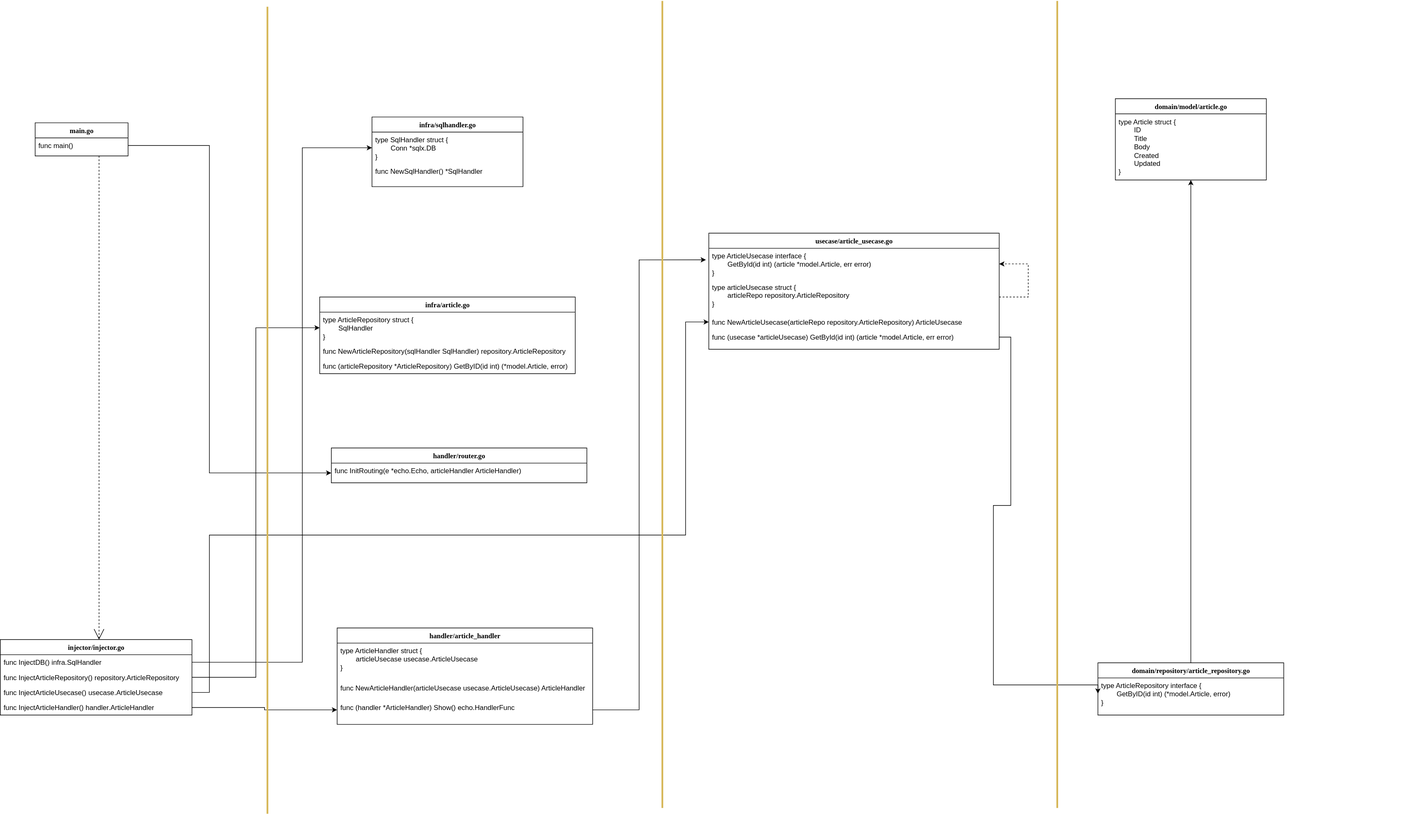
Before: doc/uml.drawio.svg, a diagram exported from draw.io (yuki0920/go-notes). Source tidied: cells renumbered, new cells last; positions are measured from the earlier drawing's top-left corner, leaving out a move shared by most shapes.
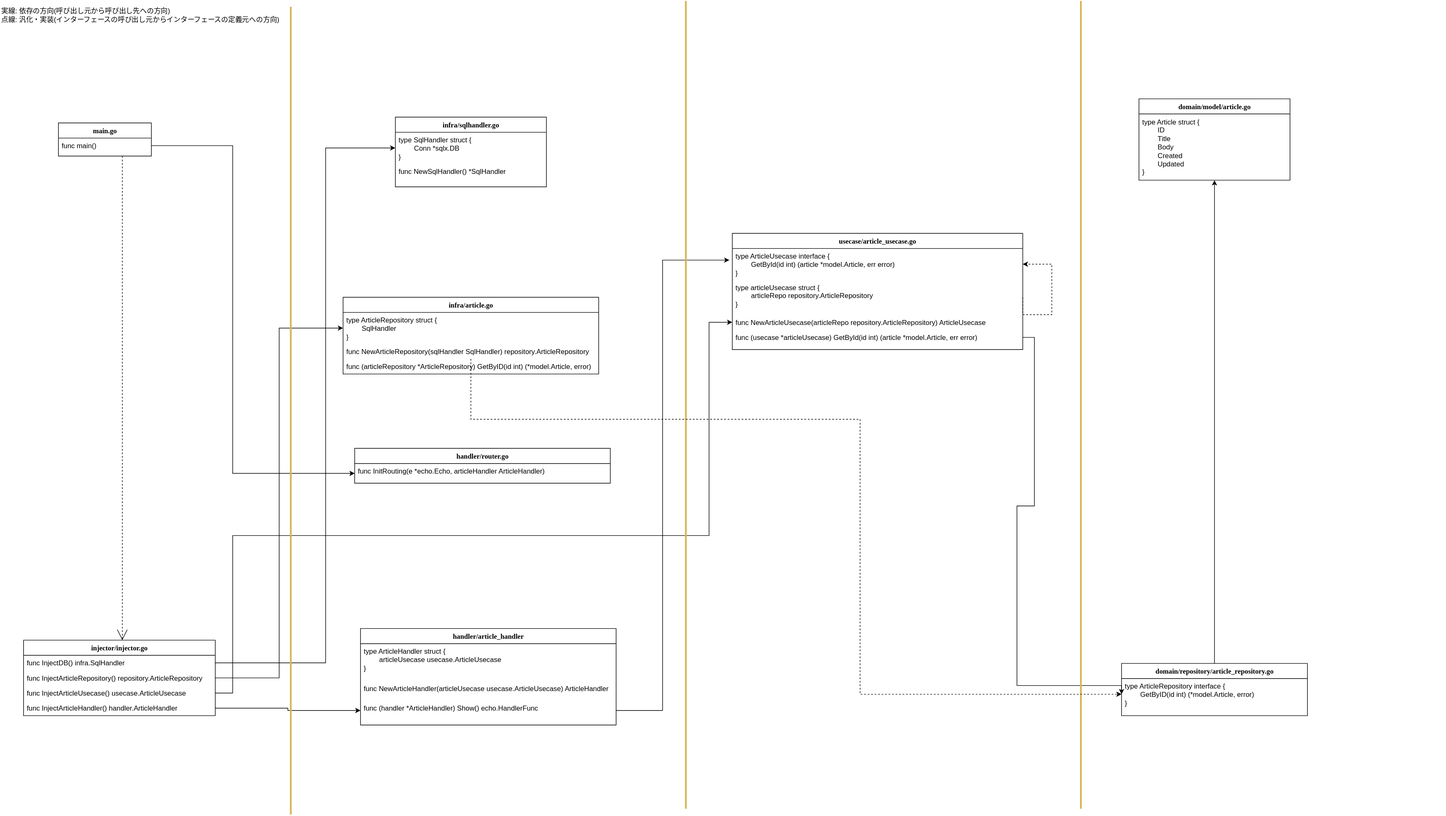
The same diagram one commit later.

Diff of the diagram source:
```diff
@@ -16,7 +16,7 @@
     <mxCell id="4" value="func main()" style="text;html=1;strokeColor=none;fillColor=none;align=left;verticalAlign=top;spacingLeft=4;spacingRight=4;whiteSpace=wrap;overflow=hidden;points=[[0,0.5],[1,0.5]];portConstraint=eastwest;" parent="3" vertex="1">
       <mxGeometry y="26" width="160" height="26" as="geometry" />
     </mxCell>
-    <mxCell id="5" style="edgeStyle=elbowEdgeStyle;html=1;labelBackgroundColor=none;startFill=0;startSize=8;endArrow=open;endFill=0;endSize=16;fontFamily=Verdana;fontSize=12;elbow=vertical;dashed=1;" parent="1" edge="1" target="x">
+    <mxCell id="5" style="edgeStyle=elbowEdgeStyle;html=1;labelBackgroundColor=none;startFill=0;startSize=8;endArrow=open;endFill=0;endSize=16;fontFamily=Verdana;fontSize=12;elbow=vertical;dashed=1;" parent="1" edge="1">
       <mxGeometry relative="1" as="geometry">
         <mxPoint x="570" y="482" as="sourcePoint" />
       </mxGeometry>
@@ -123,7 +123,7 @@
     <mxCell id="34" style="edgeStyle=orthogonalEdgeStyle;rounded=0;jettySize=auto;html=1;strokeColor=default;dashed=1;entryX=1;entryY=0.5;entryDx=0;entryDy=0;exitX=1;exitY=0.5;exitDx=0;exitDy=0;" parent="28" edge="1" source="31" target="30">
       <mxGeometry relative="1" as="geometry">
         <Array as="points">
-          <mxPoint x="550" y="110" />
+          <mxPoint x="550" y="140" />
           <mxPoint x="550" y="53" />
         </Array>
       </mxGeometry>
@@ -198,5 +198,17 @@
         <mxPoint x="1820" as="targetPoint" />
       </mxGeometry>
     </mxCell>
+    <mxCell id="47" style="edgeStyle=orthogonalEdgeStyle;rounded=0;jettySize=auto;html=1;dashed=1;" parent="1" edge="1" source="16" target="42">
+      <mxGeometry relative="1" as="geometry">
+        <Array as="points">
+          <mxPoint x="770" y="720" />
+          <mxPoint x="1440" y="720" />
+          <mxPoint x="1440" y="1193" />
+        </Array>
+      </mxGeometry>
+    </mxCell>
+    <mxCell id="48" value="実線: 依存の方向(呼び出し元から呼び出し先への方向)&lt;br&gt;点線: 汎化・実装(インターフェースの呼び出し元からインターフェースの定義元への方向)" style="text;html=1;align=left;verticalAlign=middle;strokeColor=none;fillColor=none;" parent="1" vertex="1">
+      <mxGeometry x="-40" y="10" width="490" height="30" as="geometry" />
+    </mxCell>
   </root>
 </mxGraphModel>
```
